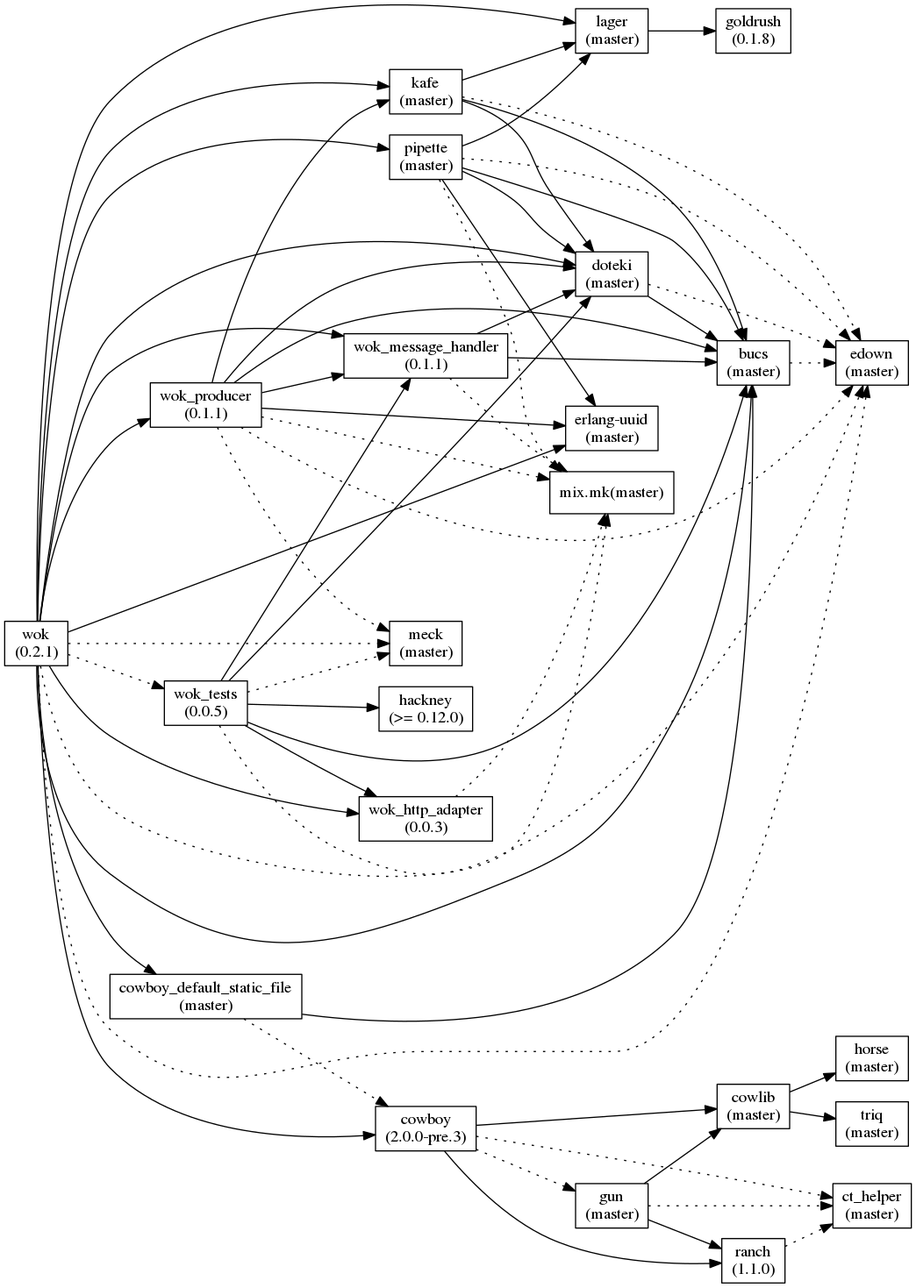
Earlier version of the Graphviz export images/wok.deps.png (botsunit/wok). Its source is kept beside it as images/wok.deps.gv. Source of this version:
```dot
digraph wok_deps {
  node[shape=box];
  graph[
    overlap=false,
    splines=spline;
    rankdir=LR;
  ]

  wok[label="wok\n(0.2.1)"];
  lager[label="lager\n(master)"];
  wok_http_adapter[label="wok_http_adapter\n(0.0.3)"];
  wok_message_handler[label="wok_message_handler\n(0.1.1)"];
  wok_producer[label="wok_producer\n(0.1.1)"];
  pipette[label="pipette\n(master)"];
  kafe[label="kafe\n(master)"];
  cowboy[label="cowboy\n(2.0.0-pre.3)"];
  cowboy_default_static_file[label="cowboy_default_static_file\n(master)"];
  bucs[label="bucs\n(master)"];
  doteki[label="doteki\n(master)"];
  uuid[label="erlang-uuid\n(master)"];
  mix_mk[label="mix.mk\(master)"];
  edown[label="edown\n(master)"];
  meck[label="meck\n(master)"];
  wok_tests[label="wok_tests\n(0.0.5)"];
  goldrush[label="goldrush\n(0.1.8)"];
  cowlib[label="cowlib\n(master)"];
  ranch[label="ranch\n(1.1.0)"];
  gun[label="gun\n(master)"];
  ct_helper[label="ct_helper\n(master)"];
  hackney[label="hackney\n(>= 0.12.0)"];
  horse[label="horse\n(master)"];
  triq[label="triq\n(master)"];

  wok -> lager;
  wok -> wok_http_adapter;
  wok -> wok_message_handler;
  wok -> wok_producer;
  wok -> pipette;
  wok -> kafe;
  wok -> cowboy;
  wok -> cowboy_default_static_file;
  wok -> bucs;
  wok -> doteki;
  wok -> uuid;
  wok-> mix_mk[style=dotted];
  wok-> edown[style=dotted];
  wok-> wok_tests[style=dotted];
  wok-> meck[style=dotted];

  lager -> goldrush;

  wok_http_adapter -> mix_mk[style=dotted];

  wok_message_handler -> bucs;
  wok_message_handler -> doteki;
  wok_message_handler -> mix_mk[style=dotted];

  wok_producer -> wok_message_handler;
  wok_producer -> kafe;
  wok_producer -> bucs;
  wok_producer -> doteki;
  wok_producer -> uuid;
  wok_producer -> edown[style=dotted];
  wok_producer -> meck[style=dotted];
  wok_producer -> mix_mk[style=dotted];

  pipette -> lager;
  pipette -> bucs;
  pipette -> doteki;
  pipette -> uuid;
  pipette -> edown[style=dotted];
  pipette -> mix_mk[style=dotted];

  kafe -> lager;
  kafe -> bucs;
  kafe -> doteki;
  kafe -> edown[style=dotted];

  cowboy -> cowlib;
  cowboy -> ranch;
  cowboy -> ct_helper[style=dotted];
  cowboy -> gun[style=dotted];

  cowboy_default_static_file -> bucs;
  cowboy_default_static_file -> cowboy[style=dotted];

  bucs -> edown[style=dotted];

  doteki -> bucs;
  doteki -> edown[style=dotted];

  wok_tests -> bucs;
  wok_tests -> wok_http_adapter;
  wok_tests -> wok_message_handler;
  wok_tests -> doteki;
  wok_tests -> hackney;
  wok_tests -> edown[style=dotted];
  wok_tests -> meck[style=dotted];

  cowlib -> horse;
  cowlib -> triq;

  ranch -> ct_helper[style=dotted];

  gun -> cowlib;
  gun -> ranch;
  gun -> ct_helper[style=dotted];
}
```
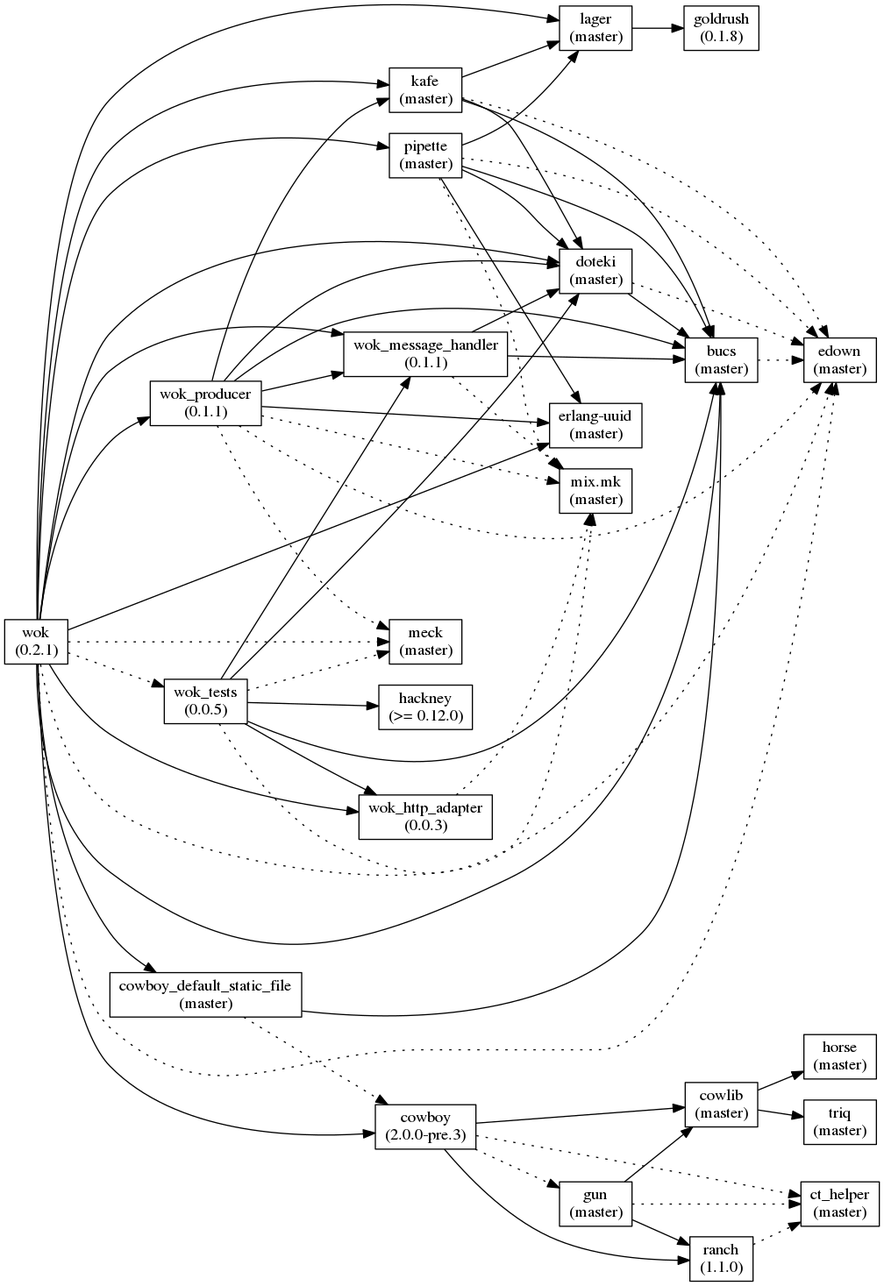
Above is the later version.

Change to the diagram source:
```diff
@@ -18,7 +18,7 @@
   bucs[label="bucs\n(master)"];
   doteki[label="doteki\n(master)"];
   uuid[label="erlang-uuid\n(master)"];
-  mix_mk[label="mix.mk\(master)"];
+  mix_mk[label="mix.mk\n(master)"];
   edown[label="edown\n(master)"];
   meck[label="meck\n(master)"];
   wok_tests[label="wok_tests\n(0.0.5)"];
```
